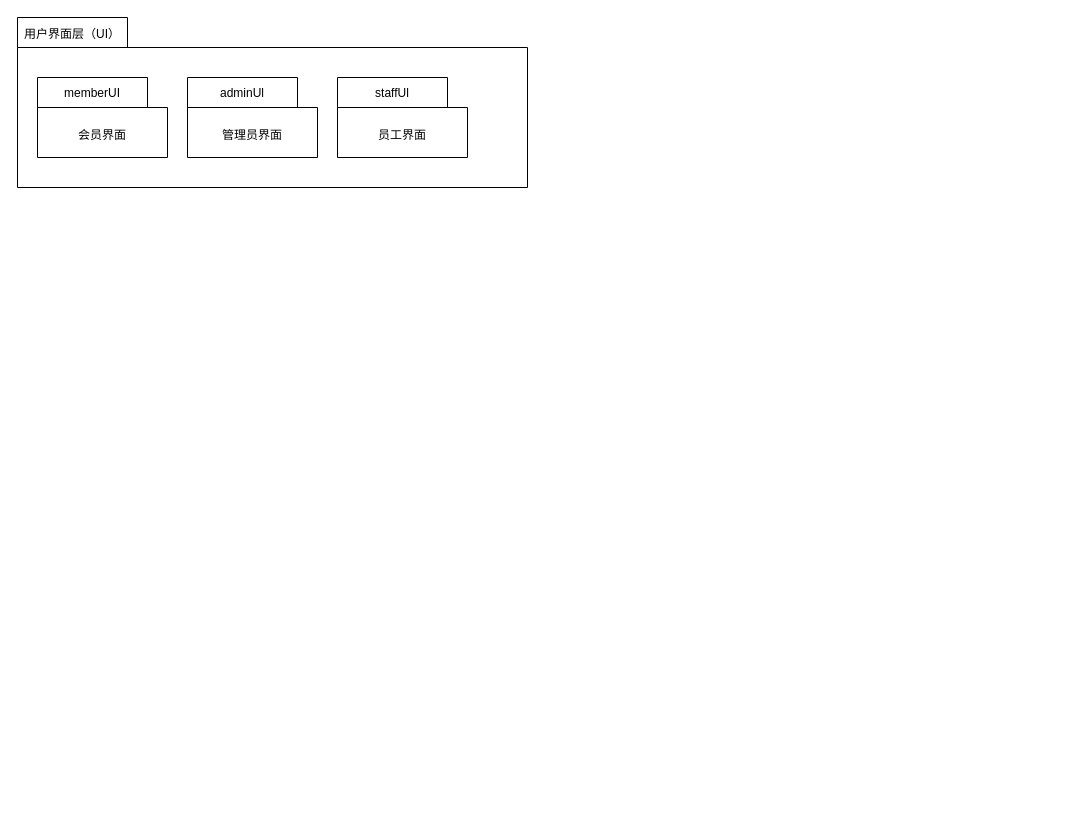
This is draw/实验三(期末)-包图.drawio from my-lu-0923/drawio, a draw.io file, before an edit. Source tidied: cells renumbered, new cells numbered last; positions are measured from the earlier drawing's top-left corner, leaving out a move shared by most shapes. Both pictures are drawn from the tidied source at 100%, with x=0, y=0 at pixel (17, 17).
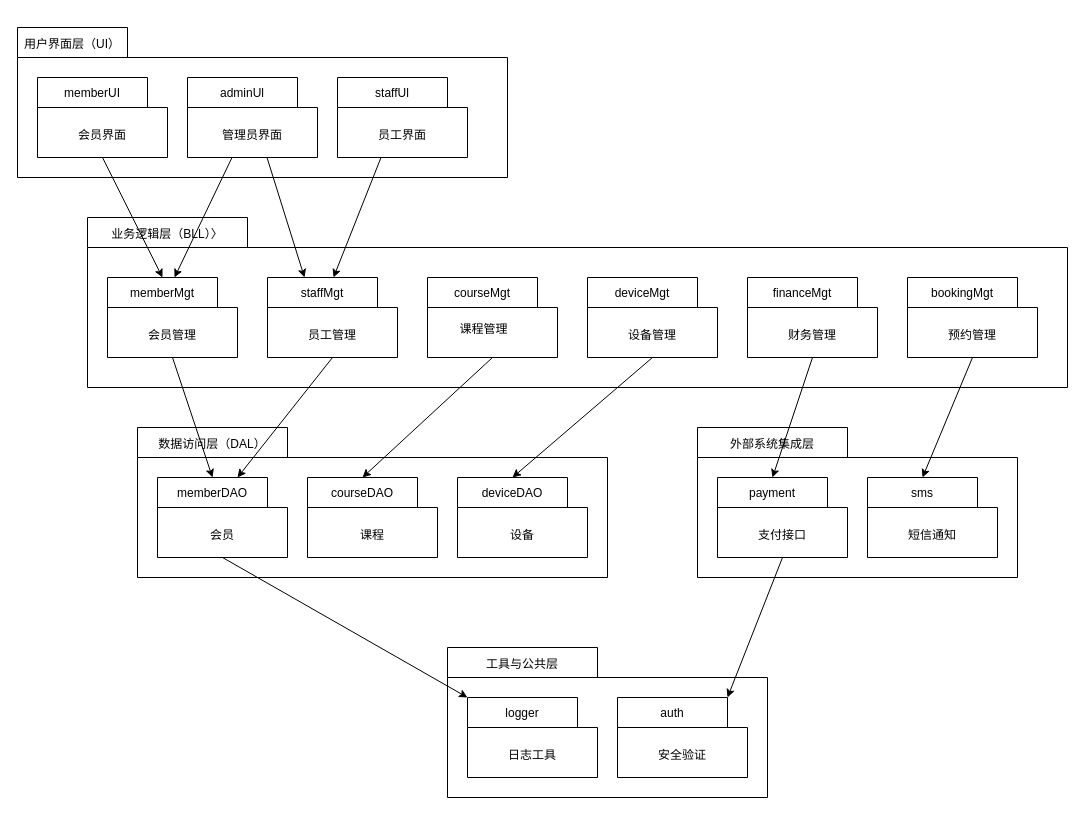
Above is the later version.

Commit message (it also covers changes not shown here):
更新实验三(期末)-包图.drawio

The change refers to these unchanged cells:
```xml
<mxCell id="5" value="&lt;p style=&quot;margin: 0px; font-style: normal; font-variant-caps: normal; font-weight: normal; font-stretch: normal; line-height: normal; font-size-adjust: none; font-kerning: auto; font-variant-alternates: normal; font-variant-ligatures: normal; font-variant-numeric: normal; font-variant-east-asian: normal; font-variant-position: normal; font-variant-emoji: normal; font-feature-settings: normal; font-optical-sizing: auto; font-variation-settings: normal;&quot;&gt;memberUI&lt;/p&gt;" style="shape=folder;fontStyle=1;tabWidth=110;tabHeight=30;tabPosition=left;html=1;boundedLbl=1;labelInHeader=1;whiteSpace=wrap;" parent="1" vertex="1">
  <mxGeometry x="20" y="60" width="130" height="80" as="geometry" />
</mxCell>
```

Diff of the diagram source:
```diff
@@
     <mxCell id="2" value="&lt;p style=&quot;margin: 0px; font-style: normal; font-variant-caps: normal; font-weight: normal; font-stretch: normal; line-height: normal; font-size-adjust: none; font-kerning: auto; font-variant-alternates: normal; font-variant-ligatures: normal; font-variant-numeric: normal; font-variant-east-asian: normal; font-variant-position: normal; font-variant-emoji: normal; font-feature-settings: normal; font-optical-sizing: auto; font-variation-settings: normal;&quot;&gt;用户界面层（UI）&lt;/p&gt;" style="shape=folder;fontStyle=1;tabWidth=110;tabHeight=30;tabPosition=left;html=1;boundedLbl=1;labelInHeader=1;whiteSpace=wrap;" parent="1" vertex="1">
-      <mxGeometry width="510" height="170" as="geometry" />
+      <mxGeometry y="10" width="490" height="150" as="geometry" />
     </mxCell>
     <mxCell id="3" value="&lt;p style=&quot;margin: 0px; font-style: normal; font-variant-caps: normal; font-weight: normal; font-stretch: normal; line-height: normal; font-size-adjust: none; font-kerning: auto; font-variant-alternates: normal; font-variant-ligatures: normal; font-variant-numeric: normal; font-variant-east-asian: normal; font-variant-position: normal; font-variant-emoji: normal; font-feature-settings: normal; font-optical-sizing: auto; font-variation-settings: normal;&quot;&gt;adminUl&lt;/p&gt;" style="shape=folder;fontStyle=1;tabWidth=110;tabHeight=30;tabPosition=left;html=1;boundedLbl=1;labelInHeader=1;whiteSpace=wrap;" parent="2" vertex="1">
-      <mxGeometry x="170" y="60" width="130" height="80" as="geometry" />
+      <mxGeometry x="170" y="50" width="130" height="80" as="geometry" />
     </mxCell>
@@
+    <mxCell id="9" value="&lt;p style=&quot;margin: 0px; font-style: normal; font-variant-caps: normal; font-weight: normal; font-stretch: normal; line-height: normal; font-size-adjust: none; font-kerning: auto; font-variant-alternates: normal; font-variant-ligatures: normal; font-variant-numeric: normal; font-variant-east-asian: normal; font-variant-position: normal; font-variant-emoji: normal; font-feature-settings: normal; font-optical-sizing: auto; font-variation-settings: normal;&quot;&gt;业务逻辑层（BLL）〉&lt;/p&gt;" style="shape=folder;fontStyle=1;tabWidth=160;tabHeight=30;tabPosition=left;html=1;boundedLbl=1;labelInHeader=1;whiteSpace=wrap;" parent="1" vertex="1">
+      <mxGeometry x="70" y="200" width="980" height="170" as="geometry" />
+    </mxCell>
+    <mxCell id="10" style="html=1;strokeColor=none;fillColor=none;whiteSpace=wrap;" parent="9" vertex="1">
+      <mxGeometry width="980" height="130" relative="1" as="geometry">
+        <mxPoint y="30" as="offset" />
+      </mxGeometry>
+    </mxCell>
+    <mxCell id="11" value="&lt;p style=&quot;margin: 0px; font-style: normal; font-variant-caps: normal; font-weight: normal; font-stretch: normal; line-height: normal; font-size-adjust: none; font-kerning: auto; font-variant-alternates: normal; font-variant-ligatures: normal; font-variant-numeric: normal; font-variant-east-asian: normal; font-variant-position: normal; font-variant-emoji: normal; font-feature-settings: normal; font-optical-sizing: auto; font-variation-settings: normal;&quot;&gt;memberMgt&lt;/p&gt;" style="shape=folder;fontStyle=1;tabWidth=110;tabHeight=30;tabPosition=left;html=1;boundedLbl=1;labelInHeader=1;whiteSpace=wrap;" parent="9" vertex="1">
+      <mxGeometry x="20" y="60" width="130" height="80" as="geometry" />
+    </mxCell>
+    <mxCell id="12" value="会员管理" style="html=1;strokeColor=none;fillColor=none;whiteSpace=wrap;" parent="11" vertex="1">
+      <mxGeometry width="130" height="56" relative="1" as="geometry">
+        <mxPoint y="30" as="offset" />
+      </mxGeometry>
+    </mxCell>
+    <mxCell id="13" value="&lt;p style=&quot;margin: 0px; font-style: normal; font-variant-caps: normal; font-weight: normal; font-stretch: normal; line-height: normal; font-size-adjust: none; font-kerning: auto; font-variant-alternates: normal; font-variant-ligatures: normal; font-variant-numeric: normal; font-variant-east-asian: normal; font-variant-position: normal; font-variant-emoji: normal; font-feature-settings: normal; font-optical-sizing: auto; font-variation-settings: normal;&quot;&gt;staffMgt&lt;/p&gt;" style="shape=folder;fontStyle=1;tabWidth=110;tabHeight=30;tabPosition=left;html=1;boundedLbl=1;labelInHeader=1;whiteSpace=wrap;" parent="9" vertex="1">
+      <mxGeometry x="180" y="60" width="130" height="80" as="geometry" />
+    </mxCell>
+    <mxCell id="14" value="员工管理" style="html=1;strokeColor=none;fillColor=none;whiteSpace=wrap;" parent="13" vertex="1">
+      <mxGeometry width="130" height="56" relative="1" as="geometry">
+        <mxPoint y="30" as="offset" />
+      </mxGeometry>
+    </mxCell>
+    <mxCell id="15" value="&lt;p style=&quot;margin: 0px; font-style: normal; font-variant-caps: normal; font-weight: normal; font-stretch: normal; line-height: normal; font-size-adjust: none; font-kerning: auto; font-variant-alternates: normal; font-variant-ligatures: normal; font-variant-numeric: normal; font-variant-east-asian: normal; font-variant-position: normal; font-variant-emoji: normal; font-feature-settings: normal; font-optical-sizing: auto; font-variation-settings: normal;&quot;&gt;courseMgt&lt;/p&gt;" style="shape=folder;fontStyle=1;tabWidth=110;tabHeight=30;tabPosition=left;html=1;boundedLbl=1;labelInHeader=1;whiteSpace=wrap;" parent="9" vertex="1">
+      <mxGeometry x="340" y="60" width="130" height="80" as="geometry" />
+    </mxCell>
+    <mxCell id="16" value="课程管理" style="html=1;strokeColor=none;fillColor=none;whiteSpace=wrap;" parent="15" vertex="1">
+      <mxGeometry width="112.67" height="44.8" relative="1" as="geometry">
+        <mxPoint y="30" as="offset" />
+      </mxGeometry>
+    </mxCell>
+    <mxCell id="17" value="&lt;p style=&quot;margin: 0px; font-style: normal; font-variant-caps: normal; font-weight: normal; font-stretch: normal; line-height: normal; font-size-adjust: none; font-kerning: auto; font-variant-alternates: normal; font-variant-ligatures: normal; font-variant-numeric: normal; font-variant-east-asian: normal; font-variant-position: normal; font-variant-emoji: normal; font-feature-settings: normal; font-optical-sizing: auto; font-variation-settings: normal;&quot;&gt;deviceMgt&lt;/p&gt;" style="shape=folder;fontStyle=1;tabWidth=110;tabHeight=30;tabPosition=left;html=1;boundedLbl=1;labelInHeader=1;whiteSpace=wrap;" parent="9" vertex="1">
+      <mxGeometry x="500" y="60" width="130" height="80" as="geometry" />
+    </mxCell>
+    <mxCell id="18" value="设备管理" style="html=1;strokeColor=none;fillColor=none;whiteSpace=wrap;" parent="17" vertex="1">
+      <mxGeometry width="130" height="56" relative="1" as="geometry">
+        <mxPoint y="30" as="offset" />
+      </mxGeometry>
+    </mxCell>
+    <mxCell id="19" value="&lt;p style=&quot;margin: 0px; font-style: normal; font-variant-caps: normal; font-weight: normal; font-stretch: normal; line-height: normal; font-size-adjust: none; font-kerning: auto; font-variant-alternates: normal; font-variant-ligatures: normal; font-variant-numeric: normal; font-variant-east-asian: normal; font-variant-position: normal; font-variant-emoji: normal; font-feature-settings: normal; font-optical-sizing: auto; font-variation-settings: normal;&quot;&gt;financeMgt&lt;/p&gt;" style="shape=folder;fontStyle=1;tabWidth=110;tabHeight=30;tabPosition=left;html=1;boundedLbl=1;labelInHeader=1;whiteSpace=wrap;" parent="9" vertex="1">
+      <mxGeometry x="660" y="60" width="130" height="80" as="geometry" />
+    </mxCell>
+    <mxCell id="20" value="财务管理" style="html=1;strokeColor=none;fillColor=none;whiteSpace=wrap;" parent="19" vertex="1">
+      <mxGeometry width="130" height="56" relative="1" as="geometry">
+        <mxPoint y="30" as="offset" />
+      </mxGeometry>
+    </mxCell>
+    <mxCell id="21" value="&lt;p style=&quot;margin: 0px; font-style: normal; font-variant-caps: normal; font-weight: normal; font-stretch: normal; line-height: normal; font-size-adjust: none; font-kerning: auto; font-variant-alternates: normal; font-variant-ligatures: normal; font-variant-numeric: normal; font-variant-east-asian: normal; font-variant-position: normal; font-variant-emoji: normal; font-feature-settings: normal; font-optical-sizing: auto; font-variation-settings: normal;&quot;&gt;bookingMgt&lt;/p&gt;" style="shape=folder;fontStyle=1;tabWidth=110;tabHeight=30;tabPosition=left;html=1;boundedLbl=1;labelInHeader=1;whiteSpace=wrap;" parent="9" vertex="1">
+      <mxGeometry x="820" y="60" width="130" height="80" as="geometry" />
+    </mxCell>
+    <mxCell id="22" value="预约管理" style="html=1;strokeColor=none;fillColor=none;whiteSpace=wrap;" parent="21" vertex="1">
+      <mxGeometry width="130" height="56" relative="1" as="geometry">
+        <mxPoint y="30" as="offset" />
+      </mxGeometry>
+    </mxCell>
+    <mxCell id="23" value="&lt;p style=&quot;margin: 0px; font-style: normal; font-variant-caps: normal; font-weight: normal; font-stretch: normal; line-height: normal; font-size-adjust: none; font-kerning: auto; font-variant-alternates: normal; font-variant-ligatures: normal; font-variant-numeric: normal; font-variant-east-asian: normal; font-variant-position: normal; font-variant-emoji: normal; font-feature-settings: normal; font-optical-sizing: auto; font-variation-settings: normal;&quot;&gt;数据访问层（DAL）&lt;/p&gt;" style="shape=folder;fontStyle=1;tabWidth=150;tabHeight=30;tabPosition=left;html=1;boundedLbl=1;labelInHeader=1;whiteSpace=wrap;" parent="1" vertex="1">
+      <mxGeometry x="120" y="410" width="470" height="150" as="geometry" />
+    </mxCell>
+    <mxCell id="24" value="&lt;p style=&quot;margin: 0px; font-style: normal; font-variant-caps: normal; font-weight: normal; font-stretch: normal; line-height: normal; font-size-adjust: none; font-kerning: auto; font-variant-alternates: normal; font-variant-ligatures: normal; font-variant-numeric: normal; font-variant-east-asian: normal; font-variant-position: normal; font-variant-emoji: normal; font-feature-settings: normal; font-optical-sizing: auto; font-variation-settings: normal;&quot;&gt;memberDAO&lt;/p&gt;" style="shape=folder;fontStyle=1;tabWidth=110;tabHeight=30;tabPosition=left;html=1;boundedLbl=1;labelInHeader=1;whiteSpace=wrap;" parent="23" vertex="1">
+      <mxGeometry x="20" y="50" width="130" height="80" as="geometry" />
+    </mxCell>
+    <mxCell id="25" value="会员" style="html=1;strokeColor=none;fillColor=none;whiteSpace=wrap;" parent="24" vertex="1">
+      <mxGeometry width="130" height="56" relative="1" as="geometry">
+        <mxPoint y="30" as="offset" />
+      </mxGeometry>
+    </mxCell>
+    <mxCell id="26" value="&lt;p style=&quot;margin: 0px; font-style: normal; font-variant-caps: normal; font-weight: normal; font-stretch: normal; line-height: normal; font-size-adjust: none; font-kerning: auto; font-variant-alternates: normal; font-variant-ligatures: normal; font-variant-numeric: normal; font-variant-east-asian: normal; font-variant-position: normal; font-variant-emoji: normal; font-feature-settings: normal; font-optical-sizing: auto; font-variation-settings: normal;&quot;&gt;courseDAO&lt;/p&gt;" style="shape=folder;fontStyle=1;tabWidth=110;tabHeight=30;tabPosition=left;html=1;boundedLbl=1;labelInHeader=1;whiteSpace=wrap;" parent="23" vertex="1">
+      <mxGeometry x="170" y="50" width="130" height="80" as="geometry" />
+    </mxCell>
+    <mxCell id="27" value="课程" style="html=1;strokeColor=none;fillColor=none;whiteSpace=wrap;" parent="26" vertex="1">
+      <mxGeometry width="130" height="56" relative="1" as="geometry">
+        <mxPoint y="30" as="offset" />
+      </mxGeometry>
+    </mxCell>
+    <mxCell id="28" value="&lt;p style=&quot;margin: 0px; font-style: normal; font-variant-caps: normal; font-weight: normal; font-stretch: normal; line-height: normal; font-size-adjust: none; font-kerning: auto; font-variant-alternates: normal; font-variant-ligatures: normal; font-variant-numeric: normal; font-variant-east-asian: normal; font-variant-position: normal; font-variant-emoji: normal; font-feature-settings: normal; font-optical-sizing: auto; font-variation-settings: normal;&quot;&gt;deviceDAO&lt;/p&gt;" style="shape=folder;fontStyle=1;tabWidth=110;tabHeight=30;tabPosition=left;html=1;boundedLbl=1;labelInHeader=1;whiteSpace=wrap;" parent="23" vertex="1">
+      <mxGeometry x="320" y="50" width="130" height="80" as="geometry" />
+    </mxCell>
+    <mxCell id="29" value="设备" style="html=1;strokeColor=none;fillColor=none;whiteSpace=wrap;" parent="28" vertex="1">
+      <mxGeometry width="130" height="56" relative="1" as="geometry">
+        <mxPoint y="30" as="offset" />
+      </mxGeometry>
+    </mxCell>
+    <mxCell id="30" value="&lt;p style=&quot;margin: 0px; font-style: normal; font-variant-caps: normal; font-weight: normal; font-stretch: normal; line-height: normal; font-size-adjust: none; font-kerning: auto; font-variant-alternates: normal; font-variant-ligatures: normal; font-variant-numeric: normal; font-variant-east-asian: normal; font-variant-position: normal; font-variant-emoji: normal; font-feature-settings: normal; font-optical-sizing: auto; font-variation-settings: normal;&quot;&gt;外部系统集成层&lt;/p&gt;" style="shape=folder;fontStyle=1;tabWidth=150;tabHeight=30;tabPosition=left;html=1;boundedLbl=1;labelInHeader=1;whiteSpace=wrap;" parent="1" vertex="1">
+      <mxGeometry x="680" y="410" width="320" height="150" as="geometry" />
+    </mxCell>
+    <mxCell id="31" value="&lt;p style=&quot;margin: 0px; font-style: normal; font-variant-caps: normal; font-weight: normal; font-stretch: normal; line-height: normal; font-size-adjust: none; font-kerning: auto; font-variant-alternates: normal; font-variant-ligatures: normal; font-variant-numeric: normal; font-variant-east-asian: normal; font-variant-position: normal; font-variant-emoji: normal; font-feature-settings: normal; font-optical-sizing: auto; font-variation-settings: normal;&quot;&gt;payment&lt;/p&gt;" style="shape=folder;fontStyle=1;tabWidth=110;tabHeight=30;tabPosition=left;html=1;boundedLbl=1;labelInHeader=1;whiteSpace=wrap;" parent="30" vertex="1">
+      <mxGeometry x="20" y="50" width="130" height="80" as="geometry" />
+    </mxCell>
+    <mxCell id="32" value="支付接口" style="html=1;strokeColor=none;fillColor=none;whiteSpace=wrap;" parent="31" vertex="1">
+      <mxGeometry width="130" height="56" relative="1" as="geometry">
+        <mxPoint y="30" as="offset" />
+      </mxGeometry>
+    </mxCell>
+    <mxCell id="33" value="&lt;p style=&quot;margin: 0px; font-style: normal; font-variant-caps: normal; font-weight: normal; font-stretch: normal; line-height: normal; font-size-adjust: none; font-kerning: auto; font-variant-alternates: normal; font-variant-ligatures: normal; font-variant-numeric: normal; font-variant-east-asian: normal; font-variant-position: normal; font-variant-emoji: normal; font-feature-settings: normal; font-optical-sizing: auto; font-variation-settings: normal;&quot;&gt;sms&lt;/p&gt;" style="shape=folder;fontStyle=1;tabWidth=110;tabHeight=30;tabPosition=left;html=1;boundedLbl=1;labelInHeader=1;whiteSpace=wrap;" parent="30" vertex="1">
+      <mxGeometry x="170" y="50" width="130" height="80" as="geometry" />
+    </mxCell>
+    <mxCell id="34" value="短信通知" style="html=1;strokeColor=none;fillColor=none;whiteSpace=wrap;" parent="33" vertex="1">
+      <mxGeometry width="130" height="56" relative="1" as="geometry">
+        <mxPoint y="30" as="offset" />
+      </mxGeometry>
+    </mxCell>
+    <mxCell id="35" value="&lt;p style=&quot;margin: 0px; font-style: normal; font-variant-caps: normal; font-weight: normal; font-stretch: normal; line-height: normal; font-size-adjust: none; font-kerning: auto; font-variant-alternates: normal; font-variant-ligatures: normal; font-variant-numeric: normal; font-variant-east-asian: normal; font-variant-position: normal; font-variant-emoji: normal; font-feature-settings: normal; font-optical-sizing: auto; font-variation-settings: normal;&quot;&gt;工具与公共层&lt;/p&gt;" style="shape=folder;fontStyle=1;tabWidth=150;tabHeight=30;tabPosition=left;html=1;boundedLbl=1;labelInHeader=1;whiteSpace=wrap;" parent="1" vertex="1">
+      <mxGeometry x="430" y="630" width="320" height="150" as="geometry" />
+    </mxCell>
+    <mxCell id="36" value="&lt;p style=&quot;margin: 0px; font-style: normal; font-variant-caps: normal; font-weight: normal; font-stretch: normal; line-height: normal; font-size-adjust: none; font-kerning: auto; font-variant-alternates: normal; font-variant-ligatures: normal; font-variant-numeric: normal; font-variant-east-asian: normal; font-variant-position: normal; font-variant-emoji: normal; font-feature-settings: normal; font-optical-sizing: auto; font-variation-settings: normal;&quot;&gt;logger&lt;/p&gt;" style="shape=folder;fontStyle=1;tabWidth=110;tabHeight=30;tabPosition=left;html=1;boundedLbl=1;labelInHeader=1;whiteSpace=wrap;" parent="35" vertex="1">
+      <mxGeometry x="20" y="50" width="130" height="80" as="geometry" />
+    </mxCell>
+    <mxCell id="37" value="日志工具" style="html=1;strokeColor=none;fillColor=none;whiteSpace=wrap;" parent="36" vertex="1">
+      <mxGeometry width="130" height="56" relative="1" as="geometry">
+        <mxPoint y="30" as="offset" />
+      </mxGeometry>
+    </mxCell>
+    <mxCell id="38" value="&lt;p style=&quot;margin: 0px; font-style: normal; font-variant-caps: normal; font-weight: normal; font-stretch: normal; line-height: normal; font-size-adjust: none; font-kerning: auto; font-variant-alternates: normal; font-variant-ligatures: normal; font-variant-numeric: normal; font-variant-east-asian: normal; font-variant-position: normal; font-variant-emoji: normal; font-feature-settings: normal; font-optical-sizing: auto; font-variation-settings: normal;&quot;&gt;auth&lt;/p&gt;" style="shape=folder;fontStyle=1;tabWidth=110;tabHeight=30;tabPosition=left;html=1;boundedLbl=1;labelInHeader=1;whiteSpace=wrap;" parent="35" vertex="1">
+      <mxGeometry x="170" y="50" width="130" height="80" as="geometry" />
+    </mxCell>
+    <mxCell id="39" value="安全验证" style="html=1;strokeColor=none;fillColor=none;whiteSpace=wrap;" parent="38" vertex="1">
+      <mxGeometry width="130" height="56" relative="1" as="geometry">
+        <mxPoint y="30" as="offset" />
+      </mxGeometry>
+    </mxCell>
+    <mxCell id="40" style="rounded=0;jettySize=auto;html=1;exitX=0.5;exitY=1;exitDx=0;exitDy=0;exitPerimeter=0;entryX=0;entryY=0;entryDx=55;entryDy=0;entryPerimeter=0;" parent="1" edge="1" source="5" target="11">
+      <mxGeometry relative="1" as="geometry" />
+    </mxCell>
+    <mxCell id="41" style="rounded=0;orthogonalLoop=1;jettySize=auto;html=1;exitX=0.25;exitY=1;exitDx=0;exitDy=0;exitPerimeter=0;entryX=0;entryY=0;entryDx=55;entryDy=0;entryPerimeter=0;" parent="1" edge="1">
+      <mxGeometry relative="1" as="geometry">
+        <mxPoint x="214.5" y="140" as="sourcePoint" />
+        <mxPoint x="157" y="260" as="targetPoint" />
+      </mxGeometry>
+    </mxCell>
+    <mxCell id="42" style="rounded=0;orthogonalLoop=1;jettySize=auto;html=1;exitX=0.75;exitY=1;exitDx=0;exitDy=0;exitPerimeter=0;entryX=0;entryY=0;entryDx=55;entryDy=0;entryPerimeter=0;" parent="1" edge="1">
+      <mxGeometry relative="1" as="geometry">
+        <mxPoint x="249.5" y="140" as="sourcePoint" />
+        <mxPoint x="287" y="260" as="targetPoint" />
+      </mxGeometry>
+    </mxCell>
+    <mxCell id="43" style="rounded=0;orthogonalLoop=1;jettySize=auto;html=1;exitX=0.25;exitY=1;exitDx=0;exitDy=0;exitPerimeter=0;entryX=0;entryY=0;entryDx=55;entryDy=0;entryPerimeter=0;" parent="1" edge="1">
+      <mxGeometry relative="1" as="geometry">
+        <mxPoint x="363.5" y="140" as="sourcePoint" />
+        <mxPoint x="316" y="260" as="targetPoint" />
+      </mxGeometry>
+    </mxCell>
+    <mxCell id="44" style="rounded=0;jettySize=auto;html=1;exitX=0.5;exitY=1;exitDx=0;exitDy=0;exitPerimeter=0;entryX=0;entryY=0;entryDx=55;entryDy=0;entryPerimeter=0;" parent="1" edge="1" source="11" target="24">
+      <mxGeometry relative="1" as="geometry" />
+    </mxCell>
+    <mxCell id="45" style="rounded=0;jettySize=auto;html=1;exitX=0.5;exitY=1;exitDx=0;exitDy=0;exitPerimeter=0;entryX=0;entryY=0;entryDx=55;entryDy=0;entryPerimeter=0;" parent="1" edge="1" source="13">
+      <mxGeometry relative="1" as="geometry">
+        <mxPoint x="220" y="460" as="targetPoint" />
+      </mxGeometry>
+    </mxCell>
+    <mxCell id="46" style="rounded=0;jettySize=auto;html=1;exitX=0.5;exitY=1;exitDx=0;exitDy=0;exitPerimeter=0;entryX=0;entryY=0;entryDx=55;entryDy=0;entryPerimeter=0;" parent="1" edge="1" source="15" target="26">
+      <mxGeometry relative="1" as="geometry" />
+    </mxCell>
+    <mxCell id="47" style="rounded=0;jettySize=auto;html=1;exitX=0.5;exitY=1;exitDx=0;exitDy=0;exitPerimeter=0;entryX=0;entryY=0;entryDx=55;entryDy=0;entryPerimeter=0;" parent="1" edge="1" source="17" target="28">
+      <mxGeometry relative="1" as="geometry" />
+    </mxCell>
+    <mxCell id="48" style="rounded=0;jettySize=auto;html=1;exitX=0.5;exitY=1;exitDx=0;exitDy=0;exitPerimeter=0;entryX=0;entryY=0;entryDx=55;entryDy=0;entryPerimeter=0;" parent="1" edge="1" source="19" target="31">
+      <mxGeometry relative="1" as="geometry" />
+    </mxCell>
+    <mxCell id="49" style="rounded=0;jettySize=auto;html=1;exitX=0.5;exitY=1;exitDx=0;exitDy=0;exitPerimeter=0;entryX=0;entryY=0;entryDx=55;entryDy=0;entryPerimeter=0;" parent="1" edge="1" source="21" target="33">
+      <mxGeometry relative="1" as="geometry" />
+    </mxCell>
+    <mxCell id="50" style="rounded=0;jettySize=auto;html=1;exitX=0.5;exitY=1;exitDx=0;exitDy=0;exitPerimeter=0;entryX=0;entryY=0;entryDx=0;entryDy=0;entryPerimeter=0;" parent="1" edge="1" source="24" target="36">
+      <mxGeometry relative="1" as="geometry" />
+    </mxCell>
+    <mxCell id="51" style="rounded=0;jettySize=auto;html=1;exitX=0.5;exitY=1;exitDx=0;exitDy=0;exitPerimeter=0;entryX=0;entryY=0;entryDx=110;entryDy=0;entryPerimeter=0;" parent="1" edge="1" source="31" target="38">
+      <mxGeometry relative="1" as="geometry" />
+    </mxCell>
```
